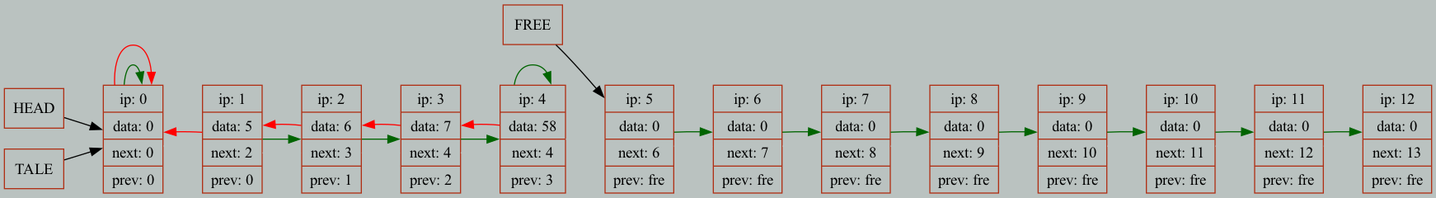
This is grath.png from andrushechka37/List, a Graphviz export, as it was before one commit. Its source is kept beside it as grath.dot. The source it was exported from:
```dot
digraph structs {
	rankdir=LR;
	graph [bgcolor="#bac2c0"]
	node[color="#b02f15",fontsize=14];
	edge[color="darkgreen",fontcolor="blue",fontsize=12];


	0 [shape=record,label=" ip: 0 | data: 0| next: 0| prev: 0" ];
	1 [shape=record,label=" ip: 1 | data: 5| next: 2| prev: 0" ];
	2 [shape=record,label=" ip: 2 | data: 6| next: 3| prev: 1" ];
	3 [shape=record,label=" ip: 3 | data: 7| next: 4| prev: 2" ];
	4 [shape=record,label=" ip: 4 | data: 58| next: 4| prev: 3" ];
	5 [shape=record,label=" ip: 5 | data: 0| next: 6| prev: fre" ];
	6 [shape=record,label=" ip: 6 | data: 0| next: 7| prev: fre" ];
	7 [shape=record,label=" ip: 7 | data: 0| next: 8| prev: fre" ];
	8 [shape=record,label=" ip: 8 | data: 0| next: 9| prev: fre" ];
	9 [shape=record,label=" ip: 9 | data: 0| next: 10| prev: fre" ];
	10 [shape=record,label=" ip: 10 | data: 0| next: 11| prev: fre" ];
	11 [shape=record,label=" ip: 11 | data: 0| next: 12| prev: fre" ];
	12 [shape=record,label=" ip: 12 | data: 0| next: 13| prev: fre" ];

	0->1->2->3->4->5->6->7->8->9->10->11->12[weight = 10000, color = "#bac2c0"];
	0->0[color = "darkgreen"];
	1->2[color = "darkgreen"];
	2->3[color = "darkgreen"];
	3->4[color = "darkgreen"];
	4->4[color = "darkgreen"];
	5->6[color = "darkgreen"];
	6->7[color = "darkgreen"];
	7->8[color = "darkgreen"];
	8->9[color = "darkgreen"];
	9->10[color = "darkgreen"];
	10->11[color = "darkgreen"];
	11->12[color = "darkgreen"];
	 0 -> 0[color = "red"];
	 1 -> 0[color = "red"];
	 2 -> 1[color = "red"];
	 3 -> 2[color = "red"];
	 4 -> 3[color = "red"];
	h [shape=record,label="HEAD" ];
	t [shape=record,label="TALE" ];
	f [shape=record,label="FREE" ];
	h->0[color = "black"];
	t->0[color = "black"];
	f->5[color = "black"];

}
```
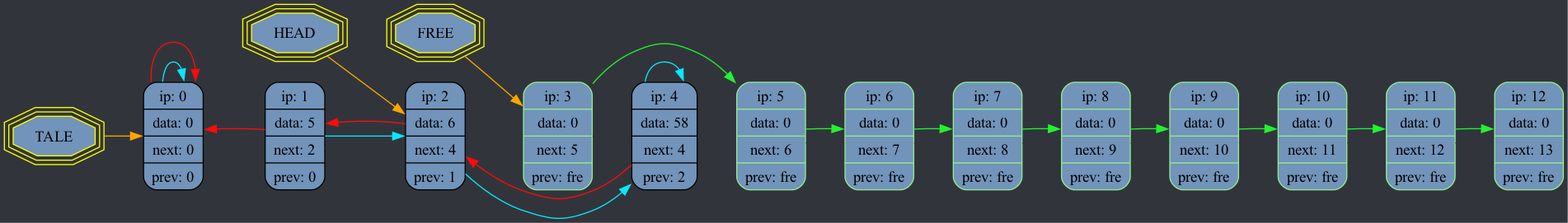
Above is the later version.

Change to the diagram source:
```diff
@@ -1,47 +1,46 @@
 digraph structs {
 	rankdir=LR;
-	graph [bgcolor="#bac2c0"]
-	node[color="#b02f15",fontsize=14];
+	graph [bgcolor="#31353b"]
+	node[color="black",fontsize=14];
 	edge[color="darkgreen",fontcolor="blue",fontsize=12];
 
 
-	0 [shape=record,label=" ip: 0 | data: 0| next: 0| prev: 0" ];
-	1 [shape=record,label=" ip: 1 | data: 5| next: 2| prev: 0" ];
-	2 [shape=record,label=" ip: 2 | data: 6| next: 3| prev: 1" ];
-	3 [shape=record,label=" ip: 3 | data: 7| next: 4| prev: 2" ];
-	4 [shape=record,label=" ip: 4 | data: 58| next: 4| prev: 3" ];
-	5 [shape=record,label=" ip: 5 | data: 0| next: 6| prev: fre" ];
-	6 [shape=record,label=" ip: 6 | data: 0| next: 7| prev: fre" ];
-	7 [shape=record,label=" ip: 7 | data: 0| next: 8| prev: fre" ];
-	8 [shape=record,label=" ip: 8 | data: 0| next: 9| prev: fre" ];
-	9 [shape=record,label=" ip: 9 | data: 0| next: 10| prev: fre" ];
-	10 [shape=record,label=" ip: 10 | data: 0| next: 11| prev: fre" ];
-	11 [shape=record,label=" ip: 11 | data: 0| next: 12| prev: fre" ];
-	12 [shape=record,label=" ip: 12 | data: 0| next: 13| prev: fre" ];
+	0 [shape=Mrecord,style=filled, fillcolor="#7293ba", label=" ip: 0 | data: 0| next: 0| prev: 0" ];
+	1 [shape=Mrecord,style=filled, fillcolor="#7293ba", label=" ip: 1 | data: 5| next: 2| prev: 0" ];
+	2 [shape=Mrecord,style=filled, fillcolor="#7293ba", label=" ip: 2 | data: 6| next: 4| prev: 1" ];
+	3 [shape=Mrecord,style=filled, fillcolor="#7293ba", label=" ip: 3 | data: 0| next: 5| prev: fre" , color = lightgreen];
+	4 [shape=Mrecord,style=filled, fillcolor="#7293ba", label=" ip: 4 | data: 58| next: 4| prev: 2" ];
+	5 [shape=Mrecord,style=filled, fillcolor="#7293ba", label=" ip: 5 | data: 0| next: 6| prev: fre" , color = lightgreen];
+	6 [shape=Mrecord,style=filled, fillcolor="#7293ba", label=" ip: 6 | data: 0| next: 7| prev: fre" , color = lightgreen];
+	7 [shape=Mrecord,style=filled, fillcolor="#7293ba", label=" ip: 7 | data: 0| next: 8| prev: fre" , color = lightgreen];
+	8 [shape=Mrecord,style=filled, fillcolor="#7293ba", label=" ip: 8 | data: 0| next: 9| prev: fre" , color = lightgreen];
+	9 [shape=Mrecord,style=filled, fillcolor="#7293ba", label=" ip: 9 | data: 0| next: 10| prev: fre" , color = lightgreen];
+	10 [shape=Mrecord,style=filled, fillcolor="#7293ba", label=" ip: 10 | data: 0| next: 11| prev: fre" , color = lightgreen];
+	11 [shape=Mrecord,style=filled, fillcolor="#7293ba", label=" ip: 11 | data: 0| next: 12| prev: fre" , color = lightgreen];
+	12 [shape=Mrecord,style=filled, fillcolor="#7293ba", label=" ip: 12 | data: 0| next: 13| prev: fre" , color = lightgreen];
 
-	0->1->2->3->4->5->6->7->8->9->10->11->12[weight = 10000, color = "#bac2c0"];
-	0->0[color = "darkgreen"];
-	1->2[color = "darkgreen"];
-	2->3[color = "darkgreen"];
-	3->4[color = "darkgreen"];
-	4->4[color = "darkgreen"];
-	5->6[color = "darkgreen"];
-	6->7[color = "darkgreen"];
-	7->8[color = "darkgreen"];
-	8->9[color = "darkgreen"];
-	9->10[color = "darkgreen"];
-	10->11[color = "darkgreen"];
-	11->12[color = "darkgreen"];
-	 0 -> 0[color = "red"];
-	 1 -> 0[color = "red"];
-	 2 -> 1[color = "red"];
-	 3 -> 2[color = "red"];
-	 4 -> 3[color = "red"];
-	h [shape=record,label="HEAD" ];
-	t [shape=record,label="TALE" ];
-	f [shape=record,label="FREE" ];
-	h->0[color = "black"];
-	t->0[color = "black"];
-	f->5[color = "black"];
+	0->1->2->3->4->5->6->7->8->9->10->11->12[weight = 10000, color = "#31353b"];
+	0->0[color = "#0ae7ff"];
+	1->2[color = "#0ae7ff"];
+	2->4[color = "#0ae7ff"];
+	3->5[color = "#22f230"];
+	4->4[color = "#0ae7ff"];
+	5->6[color = "#22f230"];
+	6->7[color = "#22f230"];
+	7->8[color = "#22f230"];
+	8->9[color = "#22f230"];
+	9->10[color = "#22f230"];
+	10->11[color = "#22f230"];
+	11->12[color = "#22f230"];
+	 0 -> 0[color = "#ff0a0a"];
+	 1 -> 0[color = "#ff0a0a"];
+	 2 -> 1[color = "#ff0a0a"];
+	 4 -> 2[color = "#ff0a0a"];
+	h [shape=tripleoctagon,label="HEAD", color = "yellow", fillcolor="#7293ba",style=filled  ];
+	t [shape=tripleoctagon,label="TALE", color = "yellow", fillcolor="#7293ba",style=filled ];
+	f [shape=tripleoctagon,label="FREE", color = "yellow", fillcolor="#7293ba",style=filled ];
+	h->2[color = "orange"];
+	t->0[color = "orange"];
+	f->3[color = "orange"];
 
 }
```
